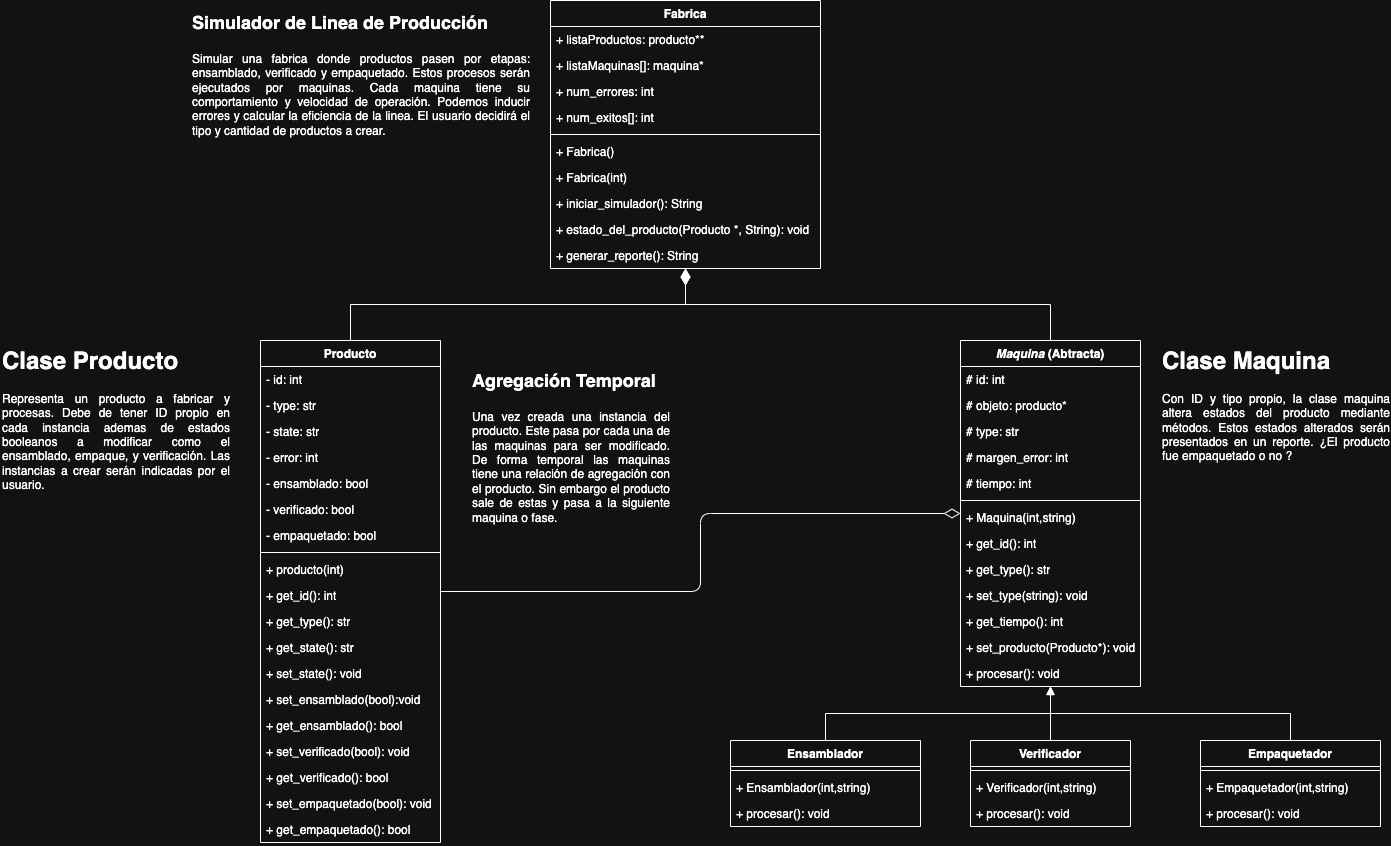
This is UML.drawio.png from Citybanamex16/Linea-Produccion, a draw.io export, as it was before one commit. Source tidied: cells renumbered, new cells last; positions are measured from the earlier drawing's top-left corner, leaving out a move shared by most shapes.
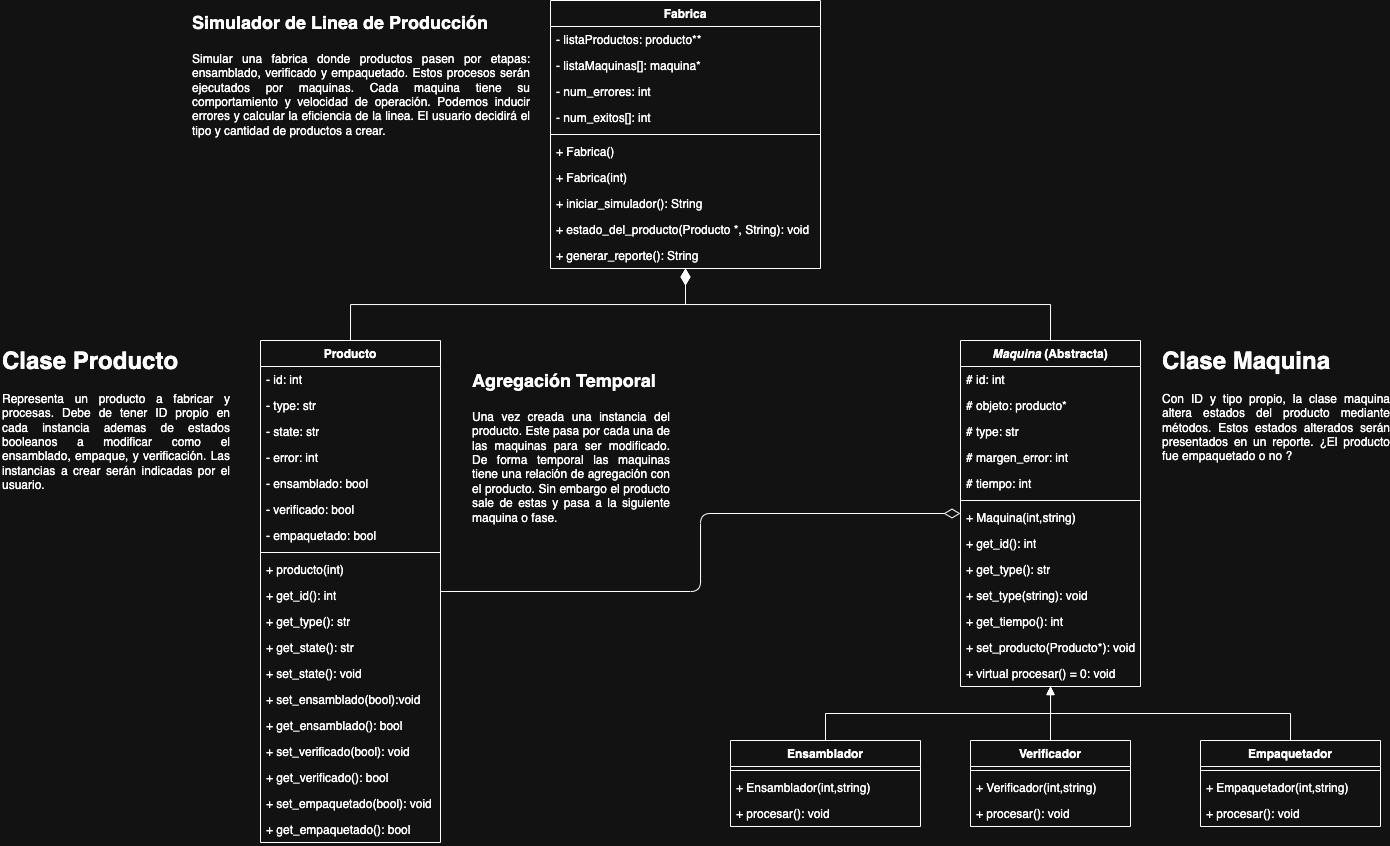
Above is the later version.

What changed in the source:
```diff
@@ -5,16 +5,16 @@
     <mxCell id="2" value="Fabrica" style="swimlane;fontStyle=1;align=center;verticalAlign=top;horizontal=1;startSize=26;whiteSpace=wrap;html=1;" parent="1" vertex="1">
       <mxGeometry x="550" width="270" height="268" as="geometry" />
     </mxCell>
-    <mxCell id="3" value="+ listaProductos: producto**" style="text;strokeColor=none;fillColor=none;align=left;verticalAlign=top;spacingLeft=4;spacingRight=4;overflow=hidden;whiteSpace=wrap;html=1;" parent="2" vertex="1">
+    <mxCell id="3" value="- listaProductos: producto**" style="text;strokeColor=none;fillColor=none;align=left;verticalAlign=top;spacingLeft=4;spacingRight=4;overflow=hidden;whiteSpace=wrap;html=1;" parent="2" vertex="1">
       <mxGeometry y="26" width="270" height="26" as="geometry" />
     </mxCell>
-    <mxCell id="4" value="+ listaMaquinas[]: maquina*" style="text;strokeColor=none;fillColor=none;align=left;verticalAlign=top;spacingLeft=4;spacingRight=4;overflow=hidden;whiteSpace=wrap;html=1;" parent="2" vertex="1">
+    <mxCell id="4" value="- listaMaquinas[]: maquina*" style="text;strokeColor=none;fillColor=none;align=left;verticalAlign=top;spacingLeft=4;spacingRight=4;overflow=hidden;whiteSpace=wrap;html=1;" parent="2" vertex="1">
       <mxGeometry y="52" width="270" height="26" as="geometry" />
     </mxCell>
-    <mxCell id="5" value="+ num_errores: int" style="text;strokeColor=none;fillColor=none;align=left;verticalAlign=top;spacingLeft=4;spacingRight=4;overflow=hidden;whiteSpace=wrap;html=1;" parent="2" vertex="1">
+    <mxCell id="5" value="- num_errores: int" style="text;strokeColor=none;fillColor=none;align=left;verticalAlign=top;spacingLeft=4;spacingRight=4;overflow=hidden;whiteSpace=wrap;html=1;" parent="2" vertex="1">
       <mxGeometry y="78" width="270" height="26" as="geometry" />
     </mxCell>
-    <mxCell id="6" value="+ num_exitos[]: int" style="text;strokeColor=none;fillColor=none;align=left;verticalAlign=top;spacingLeft=4;spacingRight=4;overflow=hidden;whiteSpace=wrap;html=1;" parent="2" vertex="1">
+    <mxCell id="6" value="- num_exitos[]: int" style="text;strokeColor=none;fillColor=none;align=left;verticalAlign=top;spacingLeft=4;spacingRight=4;overflow=hidden;whiteSpace=wrap;html=1;" parent="2" vertex="1">
       <mxGeometry y="104" width="270" height="26" as="geometry" />
     </mxCell>
     <mxCell id="7" style="line;strokeWidth=1;fillColor=none;align=left;verticalAlign=middle;spacingTop=-1;spacingLeft=3;spacingRight=3;labelPosition=right;strokeColor=inherit;" parent="2" vertex="1">
@@ -95,7 +95,7 @@
     <mxCell id="32" value="+ get_empaquetado(): bool" style="text;strokeColor=none;fillColor=none;align=left;verticalAlign=top;spacingLeft=4;spacingRight=4;overflow=hidden;whiteSpace=wrap;html=1;" parent="13" vertex="1">
       <mxGeometry y="476" width="180" height="26" as="geometry" />
     </mxCell>
-    <mxCell id="33" value="&lt;i&gt;Maquina&amp;nbsp;&lt;/i&gt;(Abtracta)" style="swimlane;fontStyle=1;align=center;verticalAlign=top;horizontal=1;startSize=26;whiteSpace=wrap;html=1;" parent="1" vertex="1">
+    <mxCell id="33" value="&lt;i&gt;Maquina&amp;nbsp;&lt;/i&gt;(Abstracta)" style="swimlane;fontStyle=1;align=center;verticalAlign=top;horizontal=1;startSize=26;whiteSpace=wrap;html=1;" parent="1" vertex="1">
       <mxGeometry x="960" y="340" width="180" height="346" as="geometry" />
     </mxCell>
     <mxCell id="34" value="# id: int&amp;nbsp;" style="text;strokeColor=none;fillColor=none;align=left;verticalAlign=top;spacingLeft=4;spacingRight=4;overflow=hidden;whiteSpace=wrap;html=1;" parent="33" vertex="1">
@@ -134,7 +134,7 @@
     <mxCell id="45" value="+ set_producto(Producto*): void" style="text;strokeColor=none;fillColor=none;align=left;verticalAlign=top;spacingLeft=4;spacingRight=4;overflow=hidden;whiteSpace=wrap;html=1;" parent="33" vertex="1">
       <mxGeometry y="294" width="180" height="26" as="geometry" />
     </mxCell>
-    <mxCell id="46" value="+ procesar(): void" style="text;strokeColor=none;fillColor=none;align=left;verticalAlign=top;spacingLeft=4;spacingRight=4;overflow=hidden;whiteSpace=wrap;html=1;" parent="33" vertex="1">
+    <mxCell id="46" value="+ virtual procesar() = 0: void" style="text;strokeColor=none;fillColor=none;align=left;verticalAlign=top;spacingLeft=4;spacingRight=4;overflow=hidden;whiteSpace=wrap;html=1;" parent="33" vertex="1">
       <mxGeometry y="320" width="180" height="26" as="geometry" />
     </mxCell>
     <mxCell id="47" value="Ensamblador" style="swimlane;fontStyle=1;align=center;verticalAlign=top;horizontal=1;startSize=26;whiteSpace=wrap;html=1;" parent="1" vertex="1">
```
